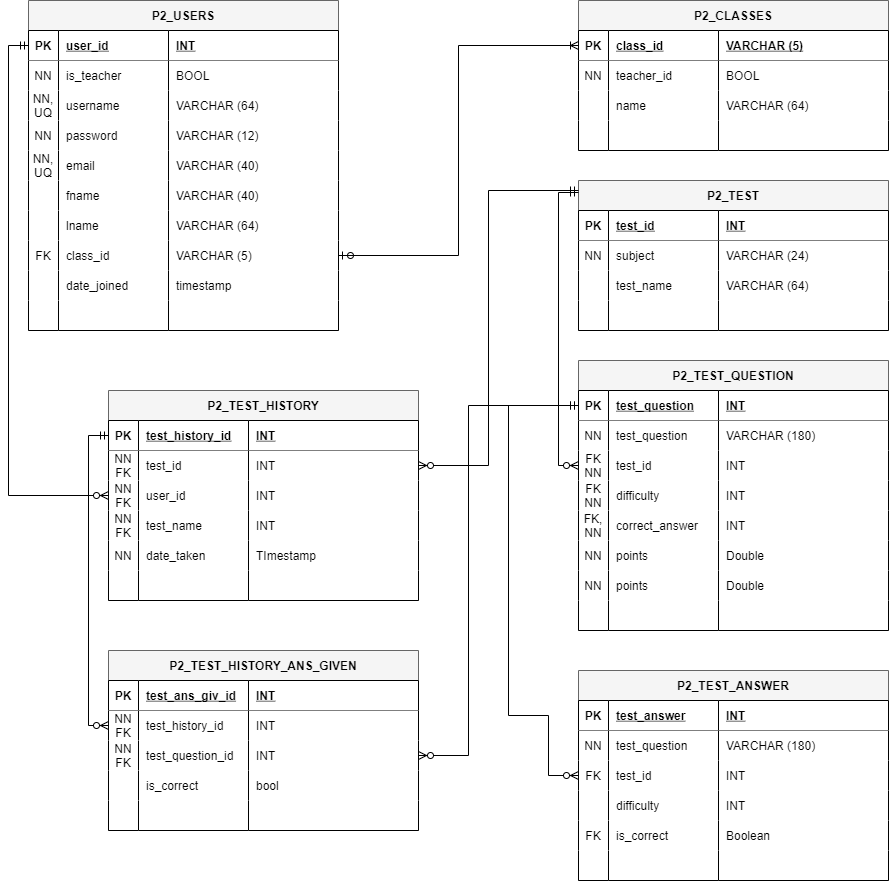
Before: Documentation/ERD-Project1.png, a diagram exported from draw.io (wolfman30/project2). Source tidied: cells renumbered, new cells last; positions are measured from the earlier drawing's top-left corner, leaving out a move shared by most shapes.
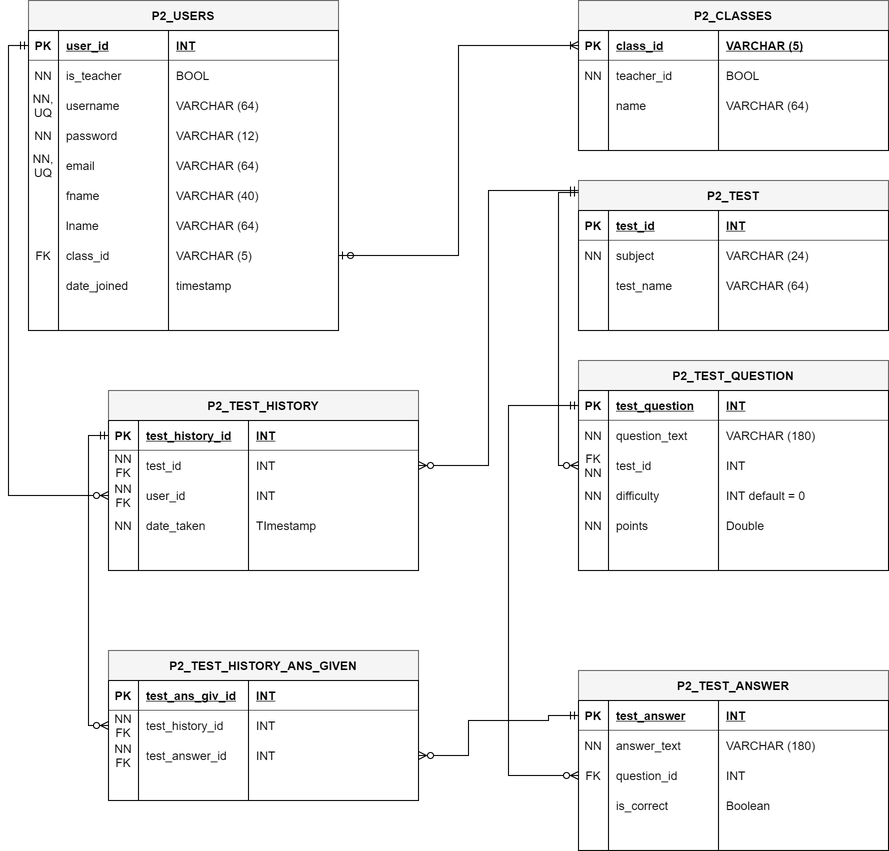
Later version of the same file.

The edit, as a diff of the source:
```diff
@@ -62,7 +62,7 @@
     <mxCell id="21" value="email" style="shape=partialRectangle;overflow=hidden;fillColor=default;top=0;left=1;bottom=0;right=1;align=left;spacingLeft=6;" parent="19" vertex="1">
       <mxGeometry x="30" width="110" height="30" as="geometry" />
     </mxCell>
-    <mxCell id="22" value="VARCHAR (40)" style="shape=partialRectangle;overflow=hidden;top=0;left=1;bottom=0;right=1;align=left;spacingLeft=6;" parent="19" vertex="1">
+    <mxCell id="22" value="VARCHAR (64)" style="shape=partialRectangle;overflow=hidden;top=0;left=1;bottom=0;right=1;align=left;spacingLeft=6;" parent="19" vertex="1">
       <mxGeometry x="140" width="170" height="30" as="geometry" />
     </mxCell>
     <mxCell id="23" style="shape=partialRectangle;fillColor=none;top=0;left=0;right=0;bottom=0;" parent="2" vertex="1">
@@ -231,7 +231,7 @@
       <mxGeometry x="140" width="170" height="30" as="geometry" />
     </mxCell>
     <mxCell id="78" value="P2_TEST_QUESTION" style="shape=table;startSize=30;rowLines=0;fontStyle=1;align=center;fillColor=#f5f5f5;strokeColor=#666666;" parent="1" vertex="1">
-      <mxGeometry x="550" y="360" width="310" height="270" as="geometry" />
+      <mxGeometry x="550" y="360" width="310" height="210" as="geometry" />
     </mxCell>
     <mxCell id="79" style="shape=partialRectangle;fillColor=none;points=[[0,0.5],[1,0.5]];portConstraint=eastwest;top=0;left=0;right=0;bottom=1;" parent="78" vertex="1">
       <mxGeometry y="30" width="310" height="30" as="geometry" />
@@ -251,7 +251,7 @@
     <mxCell id="84" value="NN" style="shape=partialRectangle;overflow=hidden;top=0;left=1;bottom=0;right=0;" parent="83" vertex="1">
       <mxGeometry width="30" height="30" as="geometry" />
     </mxCell>
-    <mxCell id="85" value="test_question" style="shape=partialRectangle;overflow=hidden;fillColor=default;top=0;left=1;bottom=0;right=1;align=left;spacingLeft=6;" parent="83" vertex="1">
+    <mxCell id="85" value="question_text" style="shape=partialRectangle;overflow=hidden;fillColor=default;top=0;left=1;bottom=0;right=1;align=left;spacingLeft=6;" parent="83" vertex="1">
       <mxGeometry x="30" width="110" height="30" as="geometry" />
     </mxCell>
     <mxCell id="86" value="VARCHAR (180)" style="shape=partialRectangle;overflow=hidden;top=0;left=1;bottom=0;right=1;align=left;spacingLeft=6;" parent="83" vertex="1">
@@ -272,29 +272,17 @@
     <mxCell id="91" style="shape=partialRectangle;fillColor=none;top=0;left=0;right=0;bottom=0;" parent="78" vertex="1">
       <mxGeometry y="120" width="310" height="30" as="geometry" />
     </mxCell>
-    <mxCell id="92" value="FK&#10;NN" style="shape=partialRectangle;overflow=hidden;top=0;left=1;bottom=0;right=0;" parent="91" vertex="1">
+    <mxCell id="92" value="NN" style="shape=partialRectangle;overflow=hidden;top=0;left=1;bottom=0;right=0;" parent="91" vertex="1">
       <mxGeometry width="30" height="30" as="geometry" />
     </mxCell>
     <mxCell id="93" value="difficulty" style="shape=partialRectangle;overflow=hidden;fillColor=default;top=0;left=1;bottom=0;right=1;align=left;spacingLeft=6;" parent="91" vertex="1">
       <mxGeometry x="30" width="110" height="30" as="geometry" />
     </mxCell>
-    <mxCell id="94" value="INT" style="shape=partialRectangle;overflow=hidden;top=0;left=1;bottom=0;right=1;align=left;spacingLeft=6;" parent="91" vertex="1">
+    <mxCell id="94" value="INT default = 0" style="shape=partialRectangle;overflow=hidden;top=0;left=1;bottom=0;right=1;align=left;spacingLeft=6;" parent="91" vertex="1">
       <mxGeometry x="140" width="170" height="30" as="geometry" />
     </mxCell>
-    <mxCell id="95" style="shape=partialRectangle;fillColor=none;top=0;left=0;right=0;bottom=0;" parent="78" vertex="1">
-      <mxGeometry y="150" width="310" height="30" as="geometry" />
-    </mxCell>
-    <mxCell id="96" value="FK,&#10;NN" style="shape=partialRectangle;overflow=hidden;top=0;left=1;bottom=0;right=0;" parent="95" vertex="1">
-      <mxGeometry width="30" height="30" as="geometry" />
-    </mxCell>
-    <mxCell id="97" value="correct_answer" style="shape=partialRectangle;overflow=hidden;fillColor=default;top=0;left=1;bottom=0;right=1;align=left;spacingLeft=6;" parent="95" vertex="1">
-      <mxGeometry x="30" width="110" height="30" as="geometry" />
-    </mxCell>
-    <mxCell id="98" value="INT" style="shape=partialRectangle;overflow=hidden;top=0;left=1;bottom=0;right=1;align=left;spacingLeft=6;" parent="95" vertex="1">
-      <mxGeometry x="140" width="170" height="30" as="geometry" />
-    </mxCell>
     <mxCell id="99" style="shape=partialRectangle;fillColor=none;top=0;left=0;right=0;bottom=0;" parent="78" vertex="1">
-      <mxGeometry y="180" width="310" height="30" as="geometry" />
+      <mxGeometry y="150" width="310" height="30" as="geometry" />
     </mxCell>
     <mxCell id="100" value="NN" style="shape=partialRectangle;overflow=hidden;top=0;left=1;bottom=0;right=0;" parent="99" vertex="1">
       <mxGeometry width="30" height="30" as="geometry" />
@@ -305,20 +293,8 @@
     <mxCell id="102" value="Double" style="shape=partialRectangle;overflow=hidden;top=0;left=1;bottom=0;right=1;align=left;spacingLeft=6;" parent="99" vertex="1">
       <mxGeometry x="140" width="170" height="30" as="geometry" />
     </mxCell>
-    <mxCell id="103" style="shape=partialRectangle;fillColor=none;top=0;left=0;right=0;bottom=0;" parent="78" vertex="1">
-      <mxGeometry y="210" width="310" height="30" as="geometry" />
-    </mxCell>
-    <mxCell id="104" value="NN" style="shape=partialRectangle;overflow=hidden;top=0;left=1;bottom=0;right=0;" parent="103" vertex="1">
-      <mxGeometry width="30" height="30" as="geometry" />
-    </mxCell>
-    <mxCell id="105" value="points" style="shape=partialRectangle;overflow=hidden;fillColor=default;top=0;left=1;bottom=0;right=1;align=left;spacingLeft=6;" parent="103" vertex="1">
-      <mxGeometry x="30" width="110" height="30" as="geometry" />
-    </mxCell>
-    <mxCell id="106" value="Double" style="shape=partialRectangle;overflow=hidden;top=0;left=1;bottom=0;right=1;align=left;spacingLeft=6;" parent="103" vertex="1">
-      <mxGeometry x="140" width="170" height="30" as="geometry" />
-    </mxCell>
     <mxCell id="107" style="shape=partialRectangle;fillColor=none;top=0;left=0;right=0;bottom=0;" parent="78" vertex="1">
-      <mxGeometry y="240" width="310" height="30" as="geometry" />
+      <mxGeometry y="180" width="310" height="30" as="geometry" />
     </mxCell>
     <mxCell id="108" style="shape=partialRectangle;overflow=hidden;top=0;left=1;bottom=1;right=0;" parent="107" vertex="1">
       <mxGeometry width="30" height="30" as="geometry" />
@@ -333,7 +309,7 @@
       <mxGeometry relative="1" as="geometry" />
     </mxCell>
     <mxCell id="112" value="P2_TEST_ANSWER" style="shape=table;startSize=30;rowLines=0;fontStyle=1;align=center;fillColor=#f5f5f5;strokeColor=#666666;" parent="1" vertex="1">
-      <mxGeometry x="550" y="670" width="310" height="210" as="geometry" />
+      <mxGeometry x="550" y="670" width="310" height="180" as="geometry" />
     </mxCell>
     <mxCell id="113" style="shape=partialRectangle;fillColor=none;points=[[0,0.5],[1,0.5]];portConstraint=eastwest;top=0;left=0;right=0;bottom=1;" parent="112" vertex="1">
       <mxGeometry y="30" width="310" height="30" as="geometry" />
@@ -353,7 +329,7 @@
     <mxCell id="118" value="NN" style="shape=partialRectangle;overflow=hidden;top=0;left=1;bottom=0;right=0;" parent="117" vertex="1">
       <mxGeometry width="30" height="30" as="geometry" />
     </mxCell>
-    <mxCell id="119" value="test_question" style="shape=partialRectangle;overflow=hidden;fillColor=default;top=0;left=1;bottom=0;right=1;align=left;spacingLeft=6;" parent="117" vertex="1">
+    <mxCell id="119" value="answer_text" style="shape=partialRectangle;overflow=hidden;fillColor=default;top=0;left=1;bottom=0;right=1;align=left;spacingLeft=6;" parent="117" vertex="1">
       <mxGeometry x="30" width="110" height="30" as="geometry" />
     </mxCell>
     <mxCell id="120" value="VARCHAR (180)" style="shape=partialRectangle;overflow=hidden;top=0;left=1;bottom=0;right=1;align=left;spacingLeft=6;" parent="117" vertex="1">
@@ -365,28 +341,16 @@
     <mxCell id="122" value="FK" style="shape=partialRectangle;overflow=hidden;top=0;left=1;bottom=0;right=0;" parent="121" vertex="1">
       <mxGeometry width="30" height="30" as="geometry" />
     </mxCell>
-    <mxCell id="123" value="test_id" style="shape=partialRectangle;overflow=hidden;fillColor=default;top=0;left=1;bottom=0;right=1;align=left;spacingLeft=6;" parent="121" vertex="1">
+    <mxCell id="123" value="question_id" style="shape=partialRectangle;overflow=hidden;fillColor=default;top=0;left=1;bottom=0;right=1;align=left;spacingLeft=6;" parent="121" vertex="1">
       <mxGeometry x="30" width="110" height="30" as="geometry" />
     </mxCell>
     <mxCell id="124" value="INT" style="shape=partialRectangle;overflow=hidden;top=0;left=1;bottom=0;right=1;align=left;spacingLeft=6;" parent="121" vertex="1">
       <mxGeometry x="140" width="170" height="30" as="geometry" />
     </mxCell>
-    <mxCell id="125" style="shape=partialRectangle;fillColor=none;top=0;left=0;right=0;bottom=0;" parent="112" vertex="1">
-      <mxGeometry y="120" width="310" height="30" as="geometry" />
-    </mxCell>
-    <mxCell id="126" style="shape=partialRectangle;overflow=hidden;top=0;left=1;bottom=0;right=0;" parent="125" vertex="1">
-      <mxGeometry width="30" height="30" as="geometry" />
-    </mxCell>
-    <mxCell id="127" value="difficulty" style="shape=partialRectangle;overflow=hidden;fillColor=default;top=0;left=1;bottom=0;right=1;align=left;spacingLeft=6;" parent="125" vertex="1">
-      <mxGeometry x="30" width="110" height="30" as="geometry" />
-    </mxCell>
-    <mxCell id="128" value="INT" style="shape=partialRectangle;overflow=hidden;top=0;left=1;bottom=0;right=1;align=left;spacingLeft=6;" parent="125" vertex="1">
-      <mxGeometry x="140" width="170" height="30" as="geometry" />
-    </mxCell>
     <mxCell id="129" style="shape=partialRectangle;fillColor=none;top=0;left=0;right=0;bottom=0;" parent="112" vertex="1">
-      <mxGeometry y="150" width="310" height="30" as="geometry" />
+      <mxGeometry y="120" width="310" height="30" as="geometry" />
     </mxCell>
-    <mxCell id="130" value="FK" style="shape=partialRectangle;overflow=hidden;top=0;left=1;bottom=0;right=0;" parent="129" vertex="1">
+    <mxCell id="130" style="shape=partialRectangle;overflow=hidden;top=0;left=1;bottom=0;right=0;" parent="129" vertex="1">
       <mxGeometry width="30" height="30" as="geometry" />
     </mxCell>
     <mxCell id="131" value="is_correct" style="shape=partialRectangle;overflow=hidden;fillColor=default;top=0;left=1;bottom=0;right=1;align=left;spacingLeft=6;" parent="129" vertex="1">
@@ -396,7 +360,7 @@
       <mxGeometry x="140" width="170" height="30" as="geometry" />
     </mxCell>
     <mxCell id="133" style="shape=partialRectangle;fillColor=none;top=0;left=0;right=0;bottom=0;" parent="112" vertex="1">
-      <mxGeometry y="180" width="310" height="30" as="geometry" />
+      <mxGeometry y="150" width="310" height="30" as="geometry" />
     </mxCell>
     <mxCell id="134" style="shape=partialRectangle;overflow=hidden;top=0;left=1;bottom=1;right=0;" parent="133" vertex="1">
       <mxGeometry width="30" height="30" as="geometry" />
@@ -408,7 +372,7 @@
       <mxGeometry x="140" width="170" height="30" as="geometry" />
     </mxCell>
     <mxCell id="137" value="P2_TEST_HISTORY" style="shape=table;startSize=30;rowLines=0;fontStyle=1;align=center;fillColor=#f5f5f5;strokeColor=#666666;" parent="1" vertex="1">
-      <mxGeometry x="80" y="390" width="310" height="210" as="geometry" />
+      <mxGeometry x="80" y="390" width="310" height="180" as="geometry" />
     </mxCell>
     <mxCell id="138" style="shape=partialRectangle;fillColor=none;points=[[0,0.5],[1,0.5]];portConstraint=eastwest;top=0;left=0;right=0;bottom=1;" parent="137" vertex="1">
       <mxGeometry y="30" width="310" height="30" as="geometry" />
@@ -446,20 +410,8 @@
     <mxCell id="149" value="INT" style="shape=partialRectangle;overflow=hidden;top=0;left=1;bottom=0;right=1;align=left;spacingLeft=6;" parent="146" vertex="1">
       <mxGeometry x="140" width="170" height="30" as="geometry" />
     </mxCell>
-    <mxCell id="150" style="shape=partialRectangle;fillColor=none;top=0;left=0;right=0;bottom=0;" parent="137" vertex="1">
-      <mxGeometry y="120" width="310" height="30" as="geometry" />
-    </mxCell>
-    <mxCell id="151" value="NN&#10;FK" style="shape=partialRectangle;overflow=hidden;top=0;left=1;bottom=0;right=0;" parent="150" vertex="1">
-      <mxGeometry width="30" height="30" as="geometry" />
-    </mxCell>
-    <mxCell id="152" value="test_name" style="shape=partialRectangle;overflow=hidden;fillColor=default;top=0;left=1;bottom=0;right=1;align=left;spacingLeft=6;" parent="150" vertex="1">
-      <mxGeometry x="30" width="110" height="30" as="geometry" />
-    </mxCell>
-    <mxCell id="153" value="INT" style="shape=partialRectangle;overflow=hidden;top=0;left=1;bottom=0;right=1;align=left;spacingLeft=6;" parent="150" vertex="1">
-      <mxGeometry x="140" width="170" height="30" as="geometry" />
-    </mxCell>
     <mxCell id="154" style="shape=partialRectangle;fillColor=none;top=0;left=0;right=0;bottom=0;" parent="137" vertex="1">
-      <mxGeometry y="150" width="310" height="30" as="geometry" />
+      <mxGeometry y="120" width="310" height="30" as="geometry" />
     </mxCell>
     <mxCell id="155" value="NN" style="shape=partialRectangle;overflow=hidden;top=0;left=1;bottom=0;right=0;" parent="154" vertex="1">
       <mxGeometry width="30" height="30" as="geometry" />
@@ -471,7 +423,7 @@
       <mxGeometry x="140" width="170" height="30" as="geometry" />
     </mxCell>
     <mxCell id="158" style="shape=partialRectangle;fillColor=none;top=0;left=0;right=0;bottom=0;" parent="137" vertex="1">
-      <mxGeometry y="180" width="310" height="30" as="geometry" />
+      <mxGeometry y="150" width="310" height="30" as="geometry" />
     </mxCell>
     <mxCell id="159" style="shape=partialRectangle;overflow=hidden;top=0;left=1;bottom=1;right=0;" parent="158" vertex="1">
       <mxGeometry width="30" height="30" as="geometry" />
@@ -485,15 +437,13 @@
     <mxCell id="162" style="edgeStyle=orthogonalEdgeStyle;rounded=0;jettySize=auto;html=1;startArrow=ERzeroToMany;startFill=1;endArrow=ERmandOne;endFill=0;entryX=0;entryY=0.5;entryDx=0;entryDy=0;" parent="1" edge="1" source="121" target="79">
       <mxGeometry relative="1" as="geometry">
         <Array as="points">
-          <mxPoint x="520" y="775" />
-          <mxPoint x="520" y="715" />
-          <mxPoint x="480" y="715" />
+          <mxPoint x="480" y="775" />
           <mxPoint x="480" y="405" />
         </Array>
       </mxGeometry>
     </mxCell>
     <mxCell id="163" value="P2_TEST_HISTORY_ANS_GIVEN" style="shape=table;startSize=30;rowLines=0;fontStyle=1;align=center;fillColor=#f5f5f5;strokeColor=#666666;" parent="1" vertex="1">
-      <mxGeometry x="80" y="650" width="310" height="180" as="geometry" />
+      <mxGeometry x="80" y="650" width="310" height="150" as="geometry" />
     </mxCell>
     <mxCell id="164" style="shape=partialRectangle;fillColor=none;top=0;left=0;right=0;bottom=1;" parent="163" vertex="1">
       <mxGeometry y="30" width="310" height="30" as="geometry" />
@@ -525,26 +475,14 @@
     <mxCell id="173" value="NN&#10;FK" style="shape=partialRectangle;overflow=hidden;top=0;left=1;bottom=0;right=0;" parent="172" vertex="1">
       <mxGeometry width="30" height="30" as="geometry" />
     </mxCell>
-    <mxCell id="174" value="test_question_id" style="shape=partialRectangle;overflow=hidden;fillColor=default;top=0;left=1;bottom=0;right=1;align=left;spacingLeft=6;" parent="172" vertex="1">
+    <mxCell id="174" value="test_answer_id" style="shape=partialRectangle;overflow=hidden;fillColor=default;top=0;left=1;bottom=0;right=1;align=left;spacingLeft=6;" parent="172" vertex="1">
       <mxGeometry x="30" width="110" height="30" as="geometry" />
     </mxCell>
     <mxCell id="175" value="INT" style="shape=partialRectangle;overflow=hidden;top=0;left=1;bottom=0;right=1;align=left;spacingLeft=6;" parent="172" vertex="1">
       <mxGeometry x="140" width="170" height="30" as="geometry" />
     </mxCell>
-    <mxCell id="176" style="shape=partialRectangle;fillColor=none;top=0;left=0;right=0;bottom=0;" parent="163" vertex="1">
-      <mxGeometry y="120" width="310" height="30" as="geometry" />
-    </mxCell>
-    <mxCell id="177" style="shape=partialRectangle;overflow=hidden;top=0;left=1;bottom=0;right=0;" parent="176" vertex="1">
-      <mxGeometry width="30" height="30" as="geometry" />
-    </mxCell>
-    <mxCell id="178" value="is_correct" style="shape=partialRectangle;overflow=hidden;fillColor=default;top=0;left=1;bottom=0;right=1;align=left;spacingLeft=6;" parent="176" vertex="1">
-      <mxGeometry x="30" width="110" height="30" as="geometry" />
-    </mxCell>
-    <mxCell id="179" value="bool" style="shape=partialRectangle;overflow=hidden;top=0;left=1;bottom=0;right=1;align=left;spacingLeft=6;" parent="176" vertex="1">
-      <mxGeometry x="140" width="170" height="30" as="geometry" />
-    </mxCell>
     <mxCell id="180" style="shape=partialRectangle;fillColor=none;top=0;left=0;right=0;bottom=0;" parent="163" vertex="1">
-      <mxGeometry y="150" width="310" height="30" as="geometry" />
+      <mxGeometry y="120" width="310" height="30" as="geometry" />
     </mxCell>
     <mxCell id="181" style="shape=partialRectangle;overflow=hidden;top=0;left=1;bottom=1;right=0;" parent="180" vertex="1">
       <mxGeometry width="30" height="30" as="geometry" />
@@ -570,11 +508,13 @@
     <mxCell id="186" style="edgeStyle=orthogonalEdgeStyle;rounded=0;jettySize=auto;html=1;exitX=0;exitY=0.5;exitDx=0;exitDy=0;entryX=0;entryY=0.5;entryDx=0;entryDy=0;startArrow=ERzeroToMany;startFill=1;endArrow=ERmandOne;endFill=0;" parent="1" edge="1" source="168" target="138">
       <mxGeometry relative="1" as="geometry" />
     </mxCell>
-    <mxCell id="187" style="edgeStyle=orthogonalEdgeStyle;rounded=0;jettySize=auto;html=1;entryX=0;entryY=0.5;entryDx=0;entryDy=0;startArrow=ERzeroToMany;startFill=1;endArrow=ERmandOne;endFill=0;" parent="1" edge="1" source="172" target="79">
+    <mxCell id="187" style="edgeStyle=orthogonalEdgeStyle;rounded=0;jettySize=auto;html=1;startArrow=ERzeroToMany;startFill=1;endArrow=ERmandOne;endFill=0;entryX=0;entryY=0.5;entryDx=0;entryDy=0;" parent="1" edge="1" source="172" target="113">
       <mxGeometry relative="1" as="geometry">
         <Array as="points">
           <mxPoint x="440" y="755" />
-          <mxPoint x="440" y="405" />
+          <mxPoint x="440" y="720" />
+          <mxPoint x="520" y="720" />
+          <mxPoint x="520" y="715" />
         </Array>
       </mxGeometry>
     </mxCell>
```
